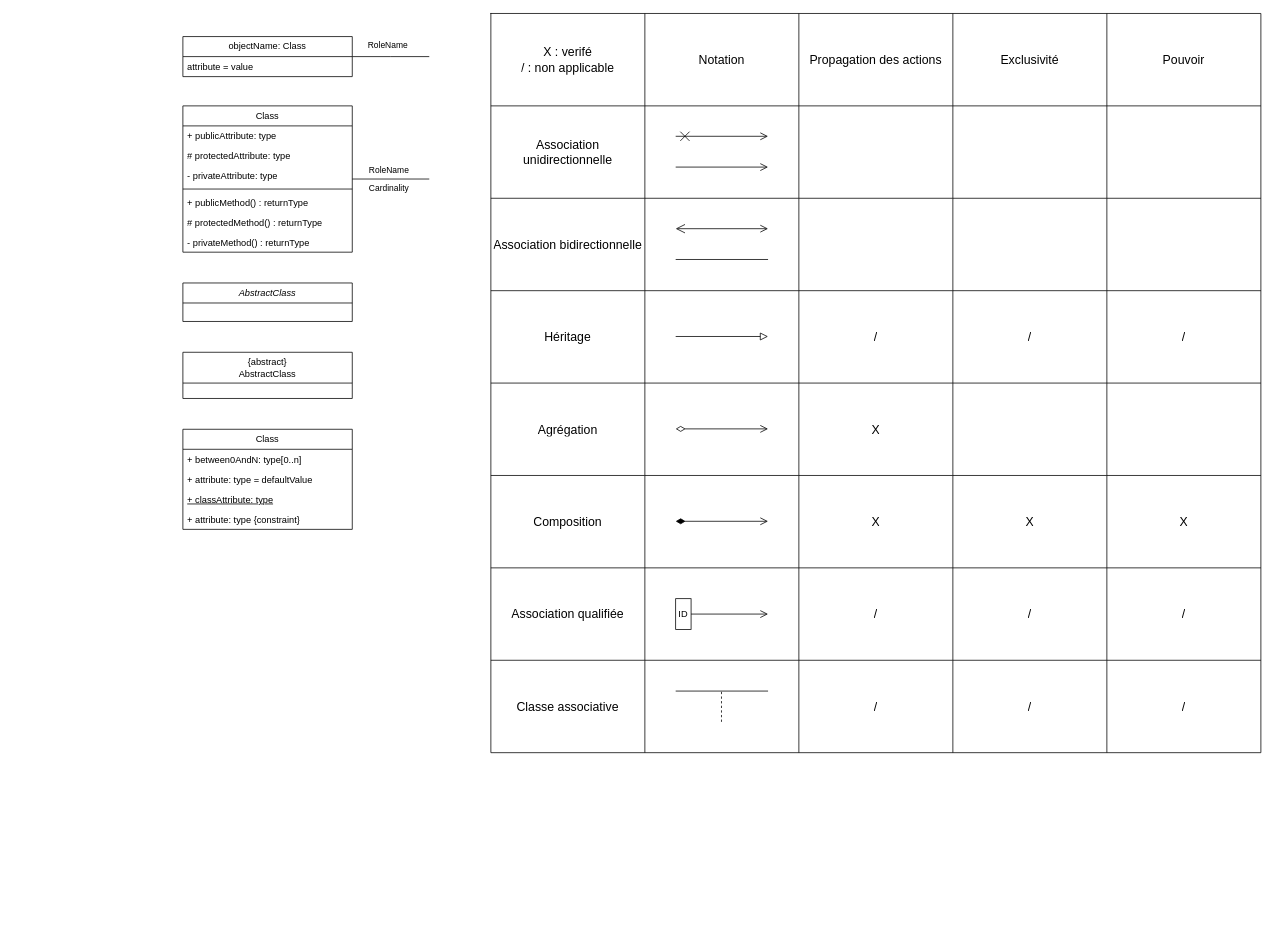
Before: S2/R2.01b/UML.drawio in Elfix3123/CoursBUTINFO, a draw.io diagram. Source tidied: cells renumbered, new cells numbered last; positions are measured from the earlier drawing's top-left corner, leaving out a move shared by most shapes. Both pictures are drawn from the tidied source at 77%, with x=0, y=0 at pixel (182, 13).
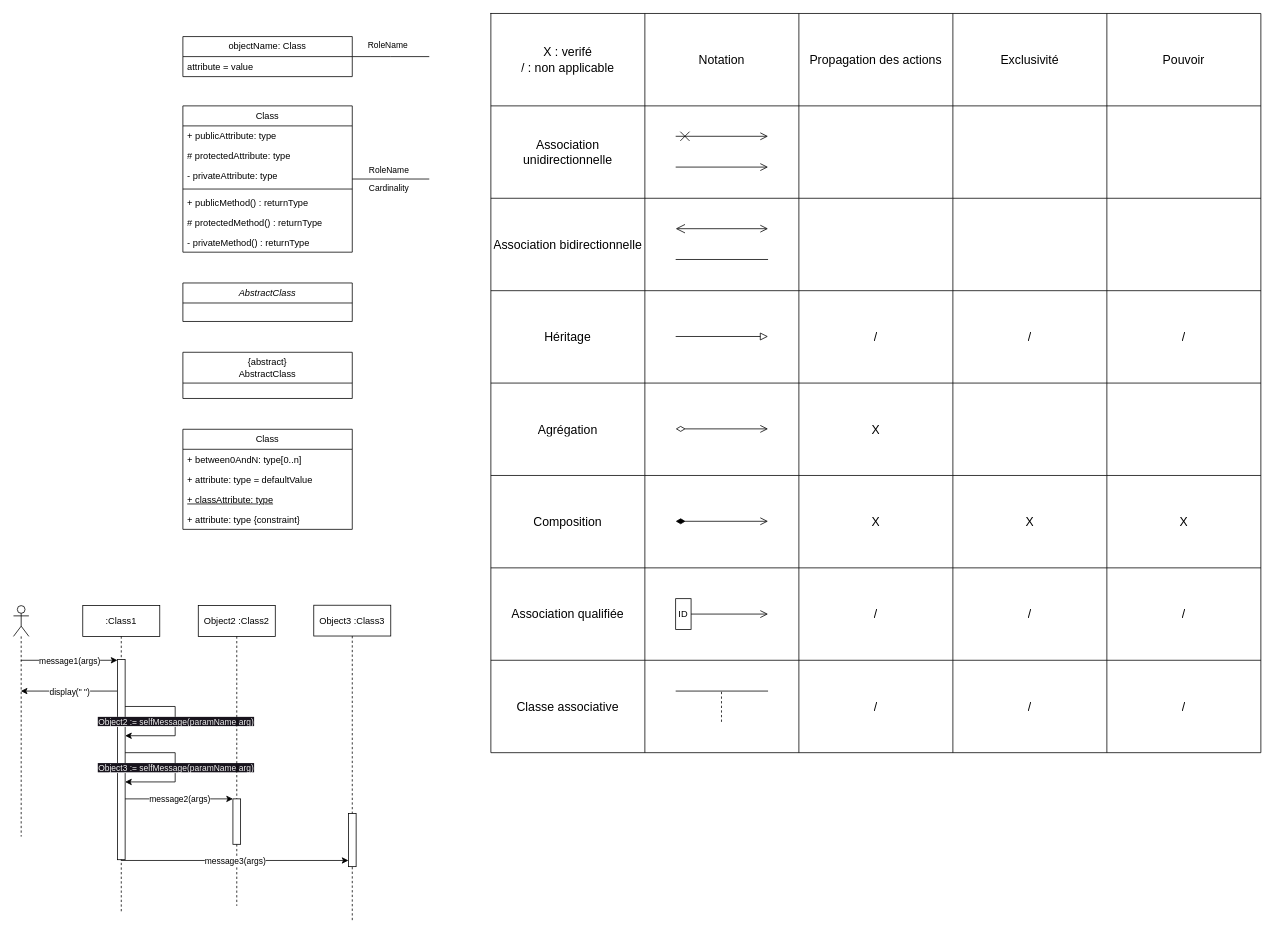
After the change.

The edit, as a diff of the source:
```diff
@@
+    <mxCell id="84" style="edgeStyle=orthogonalEdgeStyle;rounded=0;jettySize=auto;html=1;curved=0;" parent="1" edge="1" source="87" target="98">
+      <mxGeometry relative="1" as="geometry">
+        <Array as="points">
+          <mxPoint x="-150" y="880" />
+          <mxPoint x="-150" y="880" />
+        </Array>
+      </mxGeometry>
+    </mxCell>
+    <mxCell id="85" value="display(&quot; &quot;)" style="edgeLabel;html=1;align=center;verticalAlign=middle;" parent="84" vertex="1">
+      <mxGeometry relative="1" as="geometry" />
+    </mxCell>
+    <mxCell id="86" value=":Class1" style="shape=umlLifeline;perimeter=lifelinePerimeter;whiteSpace=wrap;html=1;newEdgeStyle={&quot;curved&quot;:0,&quot;rounded&quot;:0};fixDash=0;" parent="1" vertex="1">
+      <mxGeometry x="-130" y="769" width="100" height="400" as="geometry" />
+    </mxCell>
+    <mxCell id="87" style="html=1;points=[[0,0,0,0,5],[0,1,0,0,-5],[1,0,0,0,5],[1,1,0,0,-5]];perimeter=orthogonalPerimeter;outlineConnect=0;targetShapes=umlLifeline;portConstraint=eastwest;newEdgeStyle={&quot;curved&quot;:0,&quot;rounded&quot;:0};" parent="86" vertex="1">
+      <mxGeometry x="45" y="70" width="10" height="260" as="geometry" />
+    </mxCell>
+    <mxCell id="88" style="edgeStyle=orthogonalEdgeStyle;rounded=0;orthogonalLoop=1;jettySize=auto;html=1;curved=0;elbow=horizontal;" parent="86" edge="1" source="87" target="87">
+      <mxGeometry relative="1" as="geometry">
+        <Array as="points">
+          <mxPoint x="120" y="131" />
+          <mxPoint x="120" y="169" />
+        </Array>
+      </mxGeometry>
+    </mxCell>
+    <mxCell id="89" style="edgeLabel;html=1;align=center;verticalAlign=middle;" parent="88" vertex="1">
+      <mxGeometry relative="1" as="geometry" />
+    </mxCell>
+    <mxCell id="90" value="&lt;span style=&quot;color: rgb(240, 240, 240); font-family: Helvetica; font-size: 11px; font-style: normal; font-variant-ligatures: normal; font-variant-caps: normal; font-weight: 400; letter-spacing: normal; orphans: 2; text-align: center; text-indent: 0px; text-transform: none; widows: 2; word-spacing: 0px; -webkit-text-stroke-width: 0px; white-space: nowrap; background-color: rgb(24, 20, 29); text-decoration-thickness: initial; text-decoration-style: initial; text-decoration-color: initial; display: inline !important; float: none;&quot;&gt;Object2 := selfMessage(paramName arg)&lt;/span&gt;" style="edgeLabel;html=1;align=center;verticalAlign=middle;" parent="88" vertex="1">
+      <mxGeometry relative="1" as="geometry" />
+    </mxCell>
+    <mxCell id="91" style="edgeStyle=orthogonalEdgeStyle;rounded=0;orthogonalLoop=1;jettySize=auto;html=1;curved=0;elbow=horizontal;" parent="86" edge="1" source="87" target="87">
+      <mxGeometry relative="1" as="geometry">
+        <Array as="points">
+          <mxPoint x="120" y="191" />
+          <mxPoint x="120" y="229" />
+        </Array>
+      </mxGeometry>
+    </mxCell>
+    <mxCell id="92" style="edgeLabel;html=1;align=center;verticalAlign=middle;" parent="91" vertex="1">
+      <mxGeometry relative="1" as="geometry" />
+    </mxCell>
+    <mxCell id="93" value="&lt;span style=&quot;color: rgb(240, 240, 240); font-family: Helvetica; font-size: 11px; font-style: normal; font-variant-ligatures: normal; font-variant-caps: normal; font-weight: 400; letter-spacing: normal; orphans: 2; text-align: center; text-indent: 0px; text-transform: none; widows: 2; word-spacing: 0px; -webkit-text-stroke-width: 0px; white-space: nowrap; background-color: rgb(24, 20, 29); text-decoration-thickness: initial; text-decoration-style: initial; text-decoration-color: initial; display: inline !important; float: none;&quot;&gt;Object3 := selfMessage(paramName arg)&lt;/span&gt;" style="edgeLabel;html=1;align=center;verticalAlign=middle;" parent="91" vertex="1">
+      <mxGeometry relative="1" as="geometry" />
+    </mxCell>
+    <mxCell id="94" value="Object2 :Class2" style="shape=umlLifeline;perimeter=lifelinePerimeter;whiteSpace=wrap;html=1;newEdgeStyle={&quot;curved&quot;:0,&quot;rounded&quot;:0};" parent="1" vertex="1">
+      <mxGeometry x="20" y="769" width="100" height="390" as="geometry" />
+    </mxCell>
+    <mxCell id="95" style="html=1;perimeter=orthogonalPerimeter;targetShapes=umlLifeline;newEdgeStyle={&quot;curved&quot;:0,&quot;rounded&quot;:0};" parent="94" vertex="1">
+      <mxGeometry x="45" y="251" width="10" height="59" as="geometry" />
+    </mxCell>
+    <mxCell id="96" style="edgeStyle=orthogonalEdgeStyle;rounded=0;jettySize=auto;html=1;curved=0;" parent="1" edge="1" source="98" target="87">
+      <mxGeometry relative="1" as="geometry">
+        <Array as="points">
+          <mxPoint x="-150" y="840" />
+          <mxPoint x="-150" y="840" />
+        </Array>
+      </mxGeometry>
+    </mxCell>
+    <mxCell id="97" value="message1(args)" style="edgeLabel;html=1;align=center;verticalAlign=middle;" parent="96" vertex="1">
+      <mxGeometry relative="1" as="geometry" />
+    </mxCell>
+    <mxCell id="98" style="shape=umlLifeline;perimeter=lifelinePerimeter;whiteSpace=wrap;html=1;outlineConnect=0;portConstraint=eastwest;newEdgeStyle={&quot;curved&quot;:0,&quot;rounded&quot;:0};participant=umlActor;" parent="1" vertex="1">
+      <mxGeometry x="-220" y="769" width="20" height="300" as="geometry" />
+    </mxCell>
+    <mxCell id="99" style="edgeStyle=orthogonalEdgeStyle;rounded=0;orthogonalLoop=1;jettySize=auto;html=1;curved=0;" parent="1" edge="1">
+      <mxGeometry relative="1" as="geometry">
+        <mxPoint x="-75" y="1020" as="sourcePoint" />
+        <mxPoint x="65" y="1020" as="targetPoint" />
+        <Array as="points">
+          <mxPoint x="30" y="1020" />
+          <mxPoint x="30" y="1020" />
+        </Array>
+      </mxGeometry>
+    </mxCell>
+    <mxCell id="100" value="message2(args)" style="edgeLabel;html=1;align=center;verticalAlign=middle;" parent="99" vertex="1">
+      <mxGeometry relative="1" as="geometry" />
+    </mxCell>
+    <mxCell id="101" value="Object3 :Class3" style="shape=umlLifeline;perimeter=lifelinePerimeter;whiteSpace=wrap;html=1;newEdgeStyle={&quot;curved&quot;:0,&quot;rounded&quot;:0};" parent="1" vertex="1">
+      <mxGeometry x="170" y="768.5" width="100" height="411.5" as="geometry" />
+    </mxCell>
+    <mxCell id="102" style="html=1;perimeter=orthogonalPerimeter;targetShapes=umlLifeline;newEdgeStyle={&quot;curved&quot;:0,&quot;rounded&quot;:0};" parent="101" vertex="1">
+      <mxGeometry x="45" y="270.5" width="10" height="69" as="geometry" />
+    </mxCell>
+    <mxCell id="103" style="edgeStyle=orthogonalEdgeStyle;rounded=0;orthogonalLoop=1;jettySize=auto;html=1;curved=0;" parent="1" edge="1">
+      <mxGeometry relative="1" as="geometry">
+        <mxPoint x="-80" y="1099" as="sourcePoint" />
+        <mxPoint x="215" y="1100" as="targetPoint" />
+        <Array as="points">
+          <mxPoint x="-80" y="1100" />
+        </Array>
+      </mxGeometry>
+    </mxCell>
+    <mxCell id="104" value="message3(args)" style="edgeLabel;html=1;align=center;verticalAlign=middle;" parent="103" vertex="1">
+      <mxGeometry relative="1" as="geometry" />
+    </mxCell>
```
